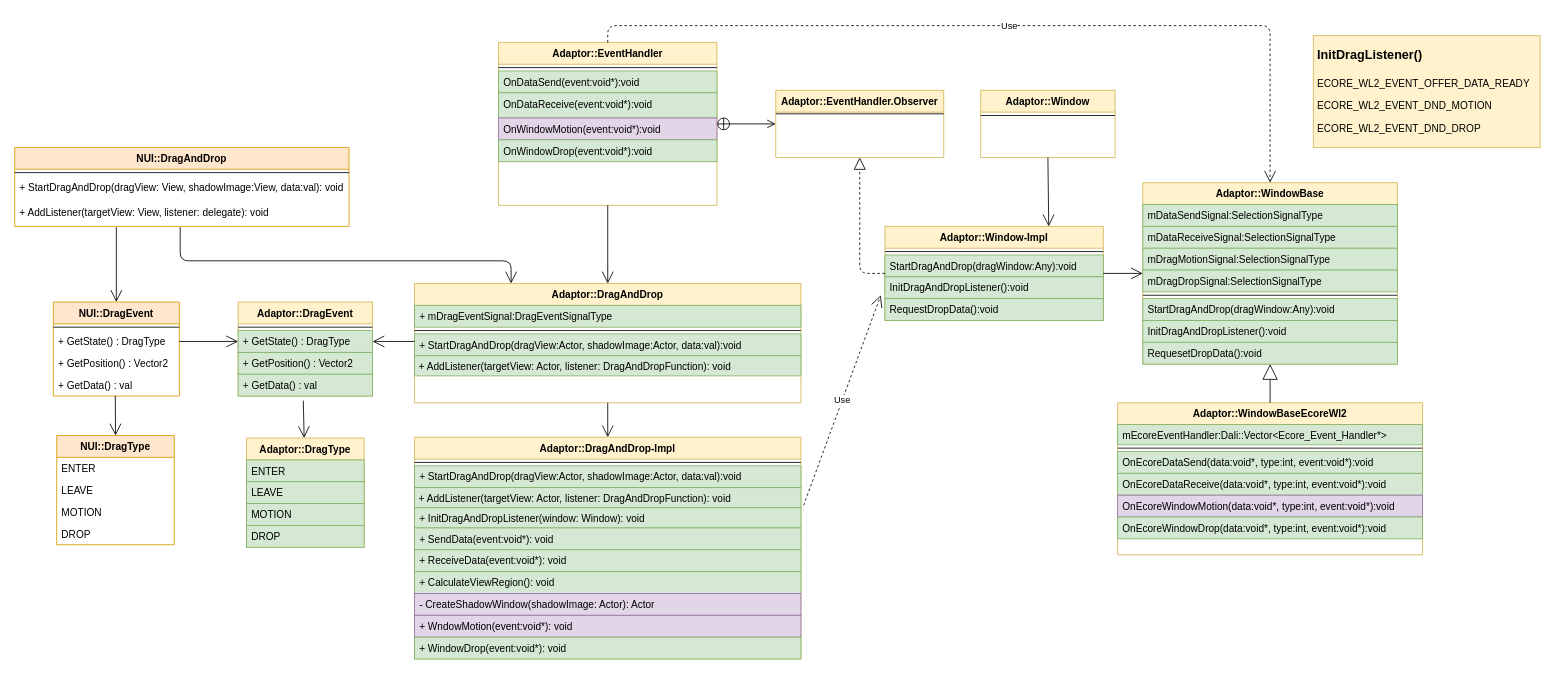
Before: page "Page-4" (4 of 10) of Untitled Diagram.drawio in taehyub/drawio, a draw.io diagram. Source tidied: cells renumbered, new cells numbered last; positions are measured from the earlier drawing's top-left corner, leaving out a move shared by most shapes. Both pictures are drawn from the tidied source at 84%, with x=0, y=0 at pixel (14, 25).
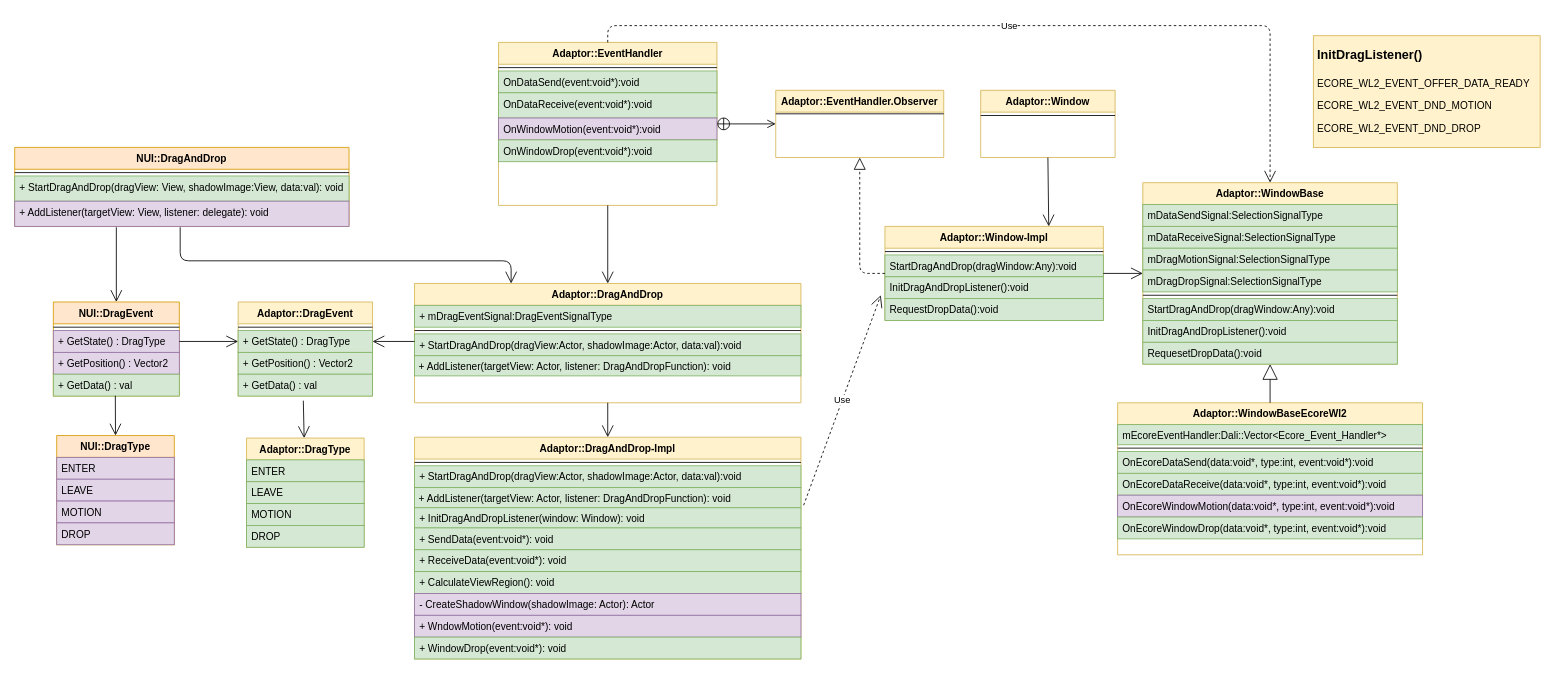
The same diagram, later.

The change refers to these unchanged cells:
```xml
<mxCell id="2" value="NUI::DragAndDrop" style="swimlane;fontStyle=1;align=center;verticalAlign=top;horizontal=1;startSize=26;fillColor=#ffe6cc;strokeColor=#d79b00;" parent="1" vertex="1">
  <mxGeometry y="145" width="398" height="94" as="geometry" />
</mxCell>
<mxCell id="76" value="NUI::DragEvent" style="swimlane;fontStyle=1;align=center;verticalAlign=top;horizontal=1;startSize=26;fillColor=#ffe6cc;strokeColor=#d79b00;" parent="1" vertex="1">
  <mxGeometry x="46" y="329" width="150" height="112" as="geometry" />
</mxCell>
<mxCell id="82" value="NUI::DragType" style="swimlane;fontStyle=1;horizontal=1;startSize=26;fillColor=#ffe6cc;hachureGap=4;strokeColor=#d79b00;" parent="1" vertex="1">
  <mxGeometry x="50" y="488" width="140" height="130" as="geometry" />
</mxCell>
```

Change to the diagram source:
```diff
@@
-    <mxCell id="4" value="+ StartDragAndDrop(dragView: View, shadowImage:View, data:val): void" style="text;strokeColor=none;fillColor=none;align=left;verticalAlign=top;spacingLeft=4;spacingRight=4;overflow=hidden;" parent="2" vertex="1">
+    <mxCell id="4" value="+ StartDragAndDrop(dragView: View, shadowImage:View, data:val): void" style="text;strokeColor=#82b366;fillColor=#d5e8d4;align=left;verticalAlign=top;spacingLeft=4;spacingRight=4;overflow=hidden;" parent="2" vertex="1">
       <mxGeometry y="34" width="398" height="30" as="geometry" />
     </mxCell>
-    <mxCell id="5" value="+ AddListener(targetView: View, listener: delegate): void" style="text;strokeColor=none;fillColor=none;align=left;verticalAlign=top;spacingLeft=4;spacingRight=4;overflow=hidden;" parent="2" vertex="1">
+    <mxCell id="5" value="+ AddListener(targetView: View, listener: delegate): void" style="text;strokeColor=#9673a6;fillColor=#e1d5e7;align=left;verticalAlign=top;spacingLeft=4;spacingRight=4;overflow=hidden;" parent="2" vertex="1">
       <mxGeometry y="64" width="398" height="30" as="geometry" />
     </mxCell>
@@
-    <mxCell id="78" value="+ GetState() : DragType" style="text;strokeColor=none;fillColor=none;align=left;verticalAlign=top;spacingLeft=4;spacingRight=4;overflow=hidden;points=[[0,0.5],[1,0.5]];portConstraint=eastwest;" parent="76" vertex="1">
+    <mxCell id="78" value="+ GetState() : DragType" style="text;strokeColor=#9673a6;fillColor=#e1d5e7;align=left;verticalAlign=top;spacingLeft=4;spacingRight=4;overflow=hidden;points=[[0,0.5],[1,0.5]];portConstraint=eastwest;" parent="76" vertex="1">
       <mxGeometry y="34" width="150" height="26" as="geometry" />
     </mxCell>
-    <mxCell id="79" value="+ GetPosition() : Vector2" style="text;strokeColor=none;fillColor=none;align=left;verticalAlign=top;spacingLeft=4;spacingRight=4;overflow=hidden;" parent="76" vertex="1">
+    <mxCell id="79" value="+ GetPosition() : Vector2" style="text;strokeColor=#9673a6;fillColor=#e1d5e7;align=left;verticalAlign=top;spacingLeft=4;spacingRight=4;overflow=hidden;" parent="76" vertex="1">
       <mxGeometry y="60" width="150" height="26" as="geometry" />
     </mxCell>
-    <mxCell id="80" value="+ GetData() : val" style="text;strokeColor=none;fillColor=none;align=left;verticalAlign=top;spacingLeft=4;spacingRight=4;overflow=hidden;points=[[0,0.5],[1,0.5]];portConstraint=eastwest;" parent="76" vertex="1">
+    <mxCell id="80" value="+ GetData() : val" style="text;strokeColor=#82b366;fillColor=#d5e8d4;align=left;verticalAlign=top;spacingLeft=4;spacingRight=4;overflow=hidden;points=[[0,0.5],[1,0.5]];portConstraint=eastwest;" parent="76" vertex="1">
       <mxGeometry y="86" width="150" height="26" as="geometry" />
     </mxCell>
@@
-    <mxCell id="83" value="ENTER" style="text;strokeColor=none;fillColor=none;align=left;verticalAlign=top;spacingLeft=4;spacingRight=4;overflow=hidden;" parent="82" vertex="1">
+    <mxCell id="83" value="ENTER" style="text;strokeColor=#9673a6;fillColor=#e1d5e7;align=left;verticalAlign=top;spacingLeft=4;spacingRight=4;overflow=hidden;" parent="82" vertex="1">
       <mxGeometry y="26" width="140" height="26" as="geometry" />
     </mxCell>
-    <mxCell id="84" value="LEAVE" style="text;strokeColor=none;fillColor=none;align=left;verticalAlign=top;spacingLeft=4;spacingRight=4;overflow=hidden;" parent="82" vertex="1">
+    <mxCell id="84" value="LEAVE" style="text;strokeColor=#9673a6;fillColor=#e1d5e7;align=left;verticalAlign=top;spacingLeft=4;spacingRight=4;overflow=hidden;" parent="82" vertex="1">
       <mxGeometry y="52" width="140" height="26" as="geometry" />
     </mxCell>
-    <mxCell id="85" value="MOTION" style="text;strokeColor=none;fillColor=none;align=left;verticalAlign=top;spacingLeft=4;spacingRight=4;overflow=hidden;" parent="82" vertex="1">
+    <mxCell id="85" value="MOTION" style="text;strokeColor=#9673a6;fillColor=#e1d5e7;align=left;verticalAlign=top;spacingLeft=4;spacingRight=4;overflow=hidden;" parent="82" vertex="1">
       <mxGeometry y="78" width="140" height="26" as="geometry" />
     </mxCell>
-    <mxCell id="86" value="DROP" style="text;strokeColor=none;fillColor=none;align=left;verticalAlign=top;spacingLeft=4;spacingRight=4;overflow=hidden;" parent="82" vertex="1">
+    <mxCell id="86" value="DROP" style="text;strokeColor=#9673a6;fillColor=#e1d5e7;align=left;verticalAlign=top;spacingLeft=4;spacingRight=4;overflow=hidden;" parent="82" vertex="1">
       <mxGeometry y="104" width="140" height="26" as="geometry" />
     </mxCell>
```
